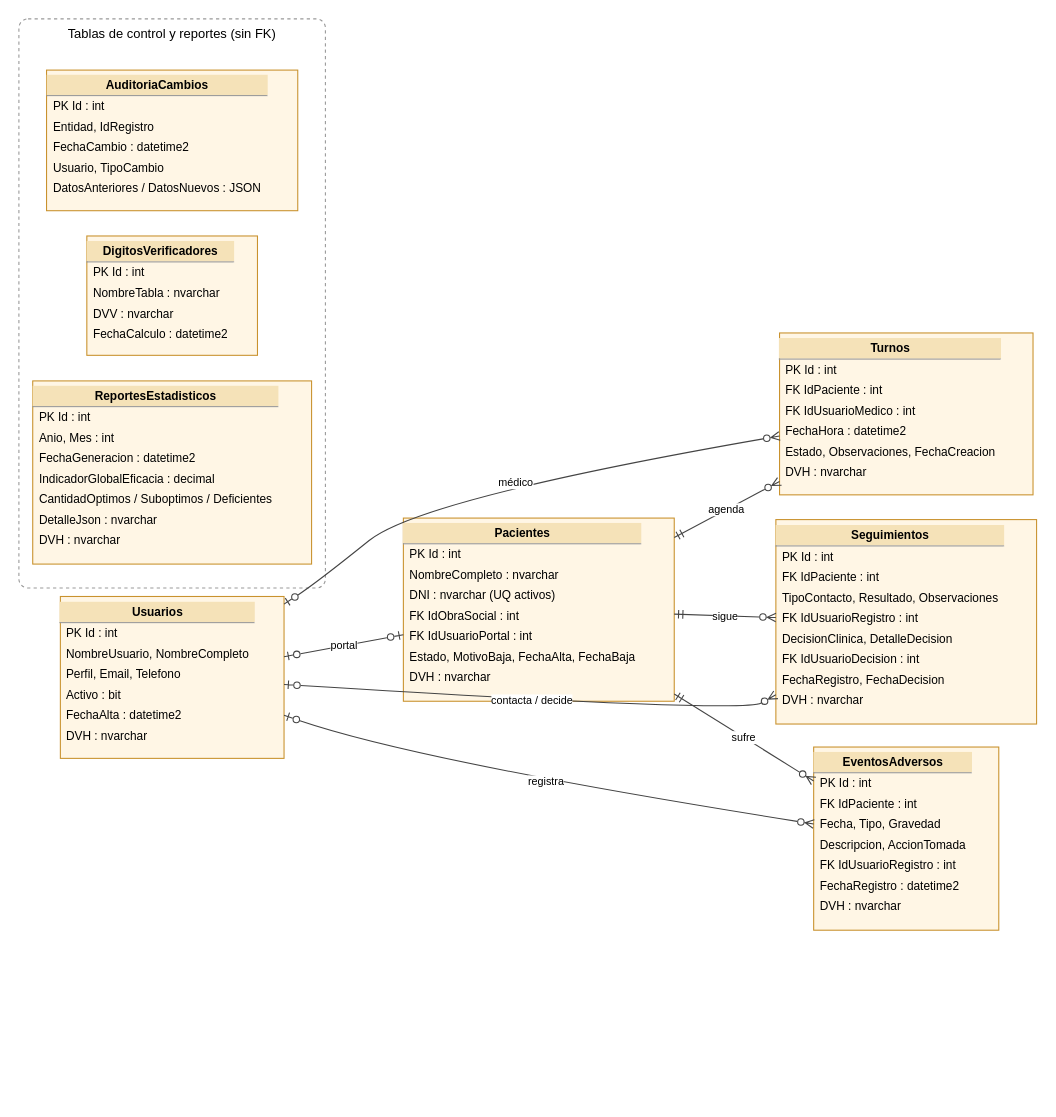
DanteSchlogl/OpenRIN-corregido keeps this draw.io diagram as Diagramas/Arquitectura/G07 - DER hoja B (operacion y sistema).drawio. Above is the earlier version. Source tidied: cells renumbered, new cells numbered last; positions are measured from the earlier drawing's top-left corner, leaving out a move shared by most shapes. Both pictures are drawn from the tidied source at 108%, with x=0, y=0 at pixel (18, 18).
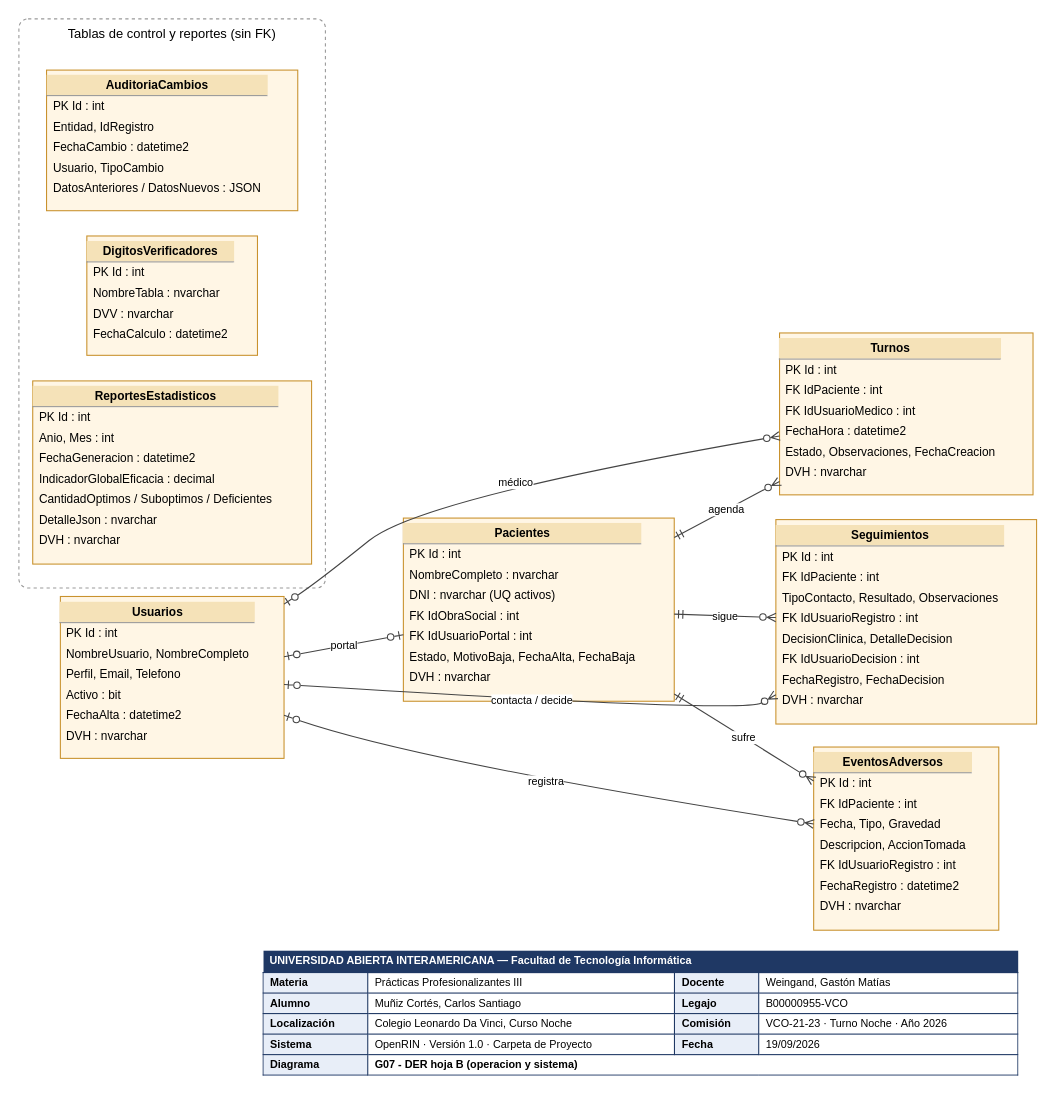
Above is the later version.

Change to the diagram source:
```diff
@@
+    <mxCell id="18" value="&lt;table style=&quot;border-collapse:collapse;font-family:Arial;font-size:10px;width:700px;table-layout:auto;&quot;&gt;&lt;tr&gt;&lt;td colspan=&quot;4&quot; style=&quot;background:#1F3864;color:#FFFFFF;font-weight:bold;padding:4px 6px;&quot;&gt;UNIVERSIDAD ABIERTA INTERAMERICANA — Facultad de Tecnología Informática&lt;/td&gt;&lt;/tr&gt;&lt;tr&gt;&lt;td style=&quot;border:1px solid #1F3864;padding:3px 6px;font-weight:bold;background:#E8EEF8;white-space:nowrap;&quot;&gt;Materia&lt;/td&gt;&lt;td style=&quot;border:1px solid #1F3864;padding:3px 6px;&quot;&gt;Prácticas Profesionalizantes III&lt;/td&gt;&lt;td style=&quot;border:1px solid #1F3864;padding:3px 6px;font-weight:bold;background:#E8EEF8;white-space:nowrap;&quot;&gt;Docente&lt;/td&gt;&lt;td style=&quot;border:1px solid #1F3864;padding:3px 6px;&quot;&gt;Weingand, Gastón Matías&lt;/td&gt;&lt;/tr&gt;&lt;tr&gt;&lt;td style=&quot;border:1px solid #1F3864;padding:3px 6px;font-weight:bold;background:#E8EEF8;white-space:nowrap;&quot;&gt;Alumno&lt;/td&gt;&lt;td style=&quot;border:1px solid #1F3864;padding:3px 6px;&quot;&gt;Muñiz Cortés, Carlos Santiago&lt;/td&gt;&lt;td style=&quot;border:1px solid #1F3864;padding:3px 6px;font-weight:bold;background:#E8EEF8;white-space:nowrap;&quot;&gt;Legajo&lt;/td&gt;&lt;td style=&quot;border:1px solid #1F3864;padding:3px 6px;&quot;&gt;B00000955-VCO&lt;/td&gt;&lt;/tr&gt;&lt;tr&gt;&lt;td style=&quot;border:1px solid #1F3864;padding:3px 6px;font-weight:bold;background:#E8EEF8;white-space:nowrap;&quot;&gt;Localización&lt;/td&gt;&lt;td style=&quot;border:1px solid #1F3864;padding:3px 6px;&quot;&gt;Colegio Leonardo Da Vinci, Curso Noche&lt;/td&gt;&lt;td style=&quot;border:1px solid #1F3864;padding:3px 6px;font-weight:bold;background:#E8EEF8;white-space:nowrap;&quot;&gt;Comisión&lt;/td&gt;&lt;td style=&quot;border:1px solid #1F3864;padding:3px 6px;&quot;&gt;VCO-21-23 · Turno Noche · Año 2026&lt;/td&gt;&lt;/tr&gt;&lt;tr&gt;&lt;td style=&quot;border:1px solid #1F3864;padding:3px 6px;font-weight:bold;background:#E8EEF8;white-space:nowrap;&quot;&gt;Sistema&lt;/td&gt;&lt;td style=&quot;border:1px solid #1F3864;padding:3px 6px;&quot;&gt;OpenRIN · Versión 1.0 · Carpeta de Proyecto&lt;/td&gt;&lt;td style=&quot;border:1px solid #1F3864;padding:3px 6px;font-weight:bold;background:#E8EEF8;white-space:nowrap;&quot;&gt;Fecha&lt;/td&gt;&lt;td style=&quot;border:1px solid #1F3864;padding:3px 6px;&quot;&gt;19/09/2026&lt;/td&gt;&lt;/tr&gt;&lt;tr&gt;&lt;td style=&quot;border:1px solid #1F3864;padding:3px 6px;font-weight:bold;background:#E8EEF8;white-space:nowrap;&quot;&gt;Diagrama&lt;/td&gt;&lt;td colspan=&quot;3&quot; style=&quot;border:1px solid #1F3864;padding:3px 6px;font-weight:bold;&quot;&gt;G07 - DER hoja B (operacion y sistema)&lt;/td&gt;&lt;/tr&gt;&lt;/table&gt;" style="html=1;whiteSpace=wrap;overflow=hidden;align=left;verticalAlign=top;fillColor=#FFFFFF;strokeColor=none;spacing=0;" parent="1" vertex="1">
+      <mxGeometry x="225.9" y="857.8" width="700" height="136" as="geometry" />
+    </mxCell>
```
